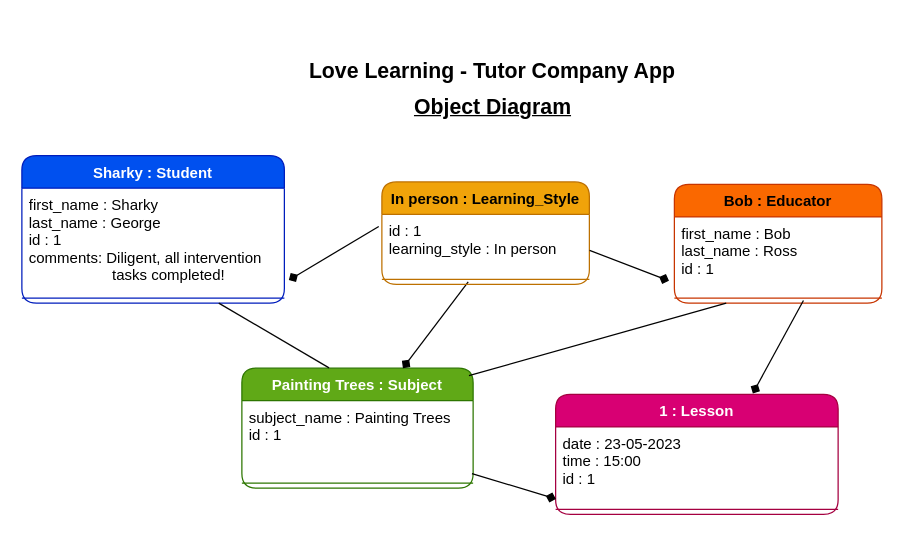
SdcBartram/LoveLearning_Tutor_Company_Project keeps this draw.io diagram as Planning/object1_diagram.drawio. Above is the earlier version. Source tidied: cells renumbered, new cells numbered last; positions are measured from the earlier drawing's top-left corner, leaving out a move shared by most shapes. Both pictures are drawn from the tidied source at 125%, with x=0, y=0 at pixel (21, 21).
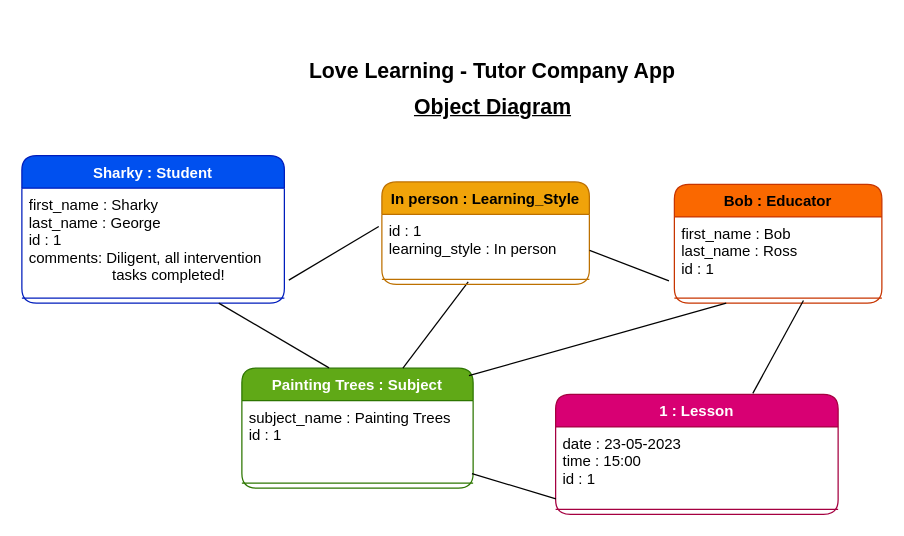
After the change.

Unchanged cells that the change refers to:
```xml
<mxCell id="3" value="first_name : Sharky&#10;last_name : George&#10;id : 1&#10;comments: Diligent, all intervention &#10;                    tasks completed!" style="text;strokeColor=none;fillColor=none;align=left;verticalAlign=top;spacingLeft=4;spacingRight=4;overflow=hidden;points=[[0,0.5],[1,0.5]];portConstraint=eastwest;rounded=1;fontColor=#000000;" parent="2" vertex="1">
  <mxGeometry y="26" width="210" height="84" as="geometry" />
</mxCell>
<mxCell id="7" value="Painting Trees : Subject" style="swimlane;fontStyle=1;align=center;verticalAlign=top;horizontal=1;startSize=26;rounded=1;fontColor=#ffffff;fillColor=#60a917;strokeColor=#2D7600;" parent="1" vertex="1">
  <mxGeometry x="176" y="277" width="185" height="96" as="geometry" />
</mxCell>
<mxCell id="8" value="subject_name : Painting Trees&#10;id : 1&#10;" style="text;strokeColor=none;fillColor=none;align=left;verticalAlign=top;spacingLeft=4;spacingRight=4;overflow=hidden;points=[[0,0.5],[1,0.5]];portConstraint=eastwest;rounded=1;fontColor=#000000;" parent="7" vertex="1">
  <mxGeometry y="26" width="185" height="62" as="geometry" />
</mxCell>
<mxCell id="11" value="first_name : Bob&#10;last_name : Ross&#10;id : 1&#10;" style="text;strokeColor=none;fillColor=none;align=left;verticalAlign=top;spacingLeft=4;spacingRight=4;overflow=hidden;points=[[0,0.5],[1,0.5]];portConstraint=eastwest;rounded=1;fontColor=#000000;" parent="10" vertex="1">
  <mxGeometry y="26" width="166" height="61" as="geometry" />
</mxCell>
<mxCell id="12" style="line;strokeWidth=1;fillColor=none;align=left;verticalAlign=middle;spacingTop=-1;spacingLeft=3;spacingRight=3;labelPosition=right;points=[];portConstraint=eastwest;strokeColor=inherit;rounded=1;fontColor=#000000;" parent="10" vertex="1">
  <mxGeometry y="87" width="166" height="8" as="geometry" />
</mxCell>
<mxCell id="13" value="1 : Lesson" style="swimlane;fontStyle=1;align=center;verticalAlign=top;horizontal=1;startSize=26;rounded=1;fontColor=#ffffff;fillColor=#d80073;strokeColor=#A50040;" parent="1" vertex="1">
  <mxGeometry x="427" y="298" width="226" height="96" as="geometry" />
</mxCell>
<mxCell id="14" value="date : 23-05-2023&#10;time : 15:00&#10;id : 1&#10;" style="text;strokeColor=none;fillColor=none;align=left;verticalAlign=top;spacingLeft=4;spacingRight=4;overflow=hidden;points=[[0,0.5],[1,0.5]];portConstraint=eastwest;rounded=1;fontColor=#000000;" parent="13" vertex="1">
  <mxGeometry y="26" width="226" height="62" as="geometry" />
</mxCell>
<mxCell id="18" value="id : 1&#10;learning_style : In person" style="text;strokeColor=none;fillColor=none;align=left;verticalAlign=top;spacingLeft=4;spacingRight=4;overflow=hidden;points=[[0,0.5],[1,0.5]];portConstraint=eastwest;rounded=1;fontColor=#000000;" parent="17" vertex="1">
  <mxGeometry y="26" width="166" height="48" as="geometry" />
</mxCell>
<mxCell id="19" style="line;strokeWidth=1;fillColor=none;align=left;verticalAlign=middle;spacingTop=-1;spacingLeft=3;spacingRight=3;labelPosition=right;points=[];portConstraint=eastwest;strokeColor=inherit;rounded=1;fontColor=#000000;" parent="17" vertex="1">
  <mxGeometry y="74" width="166" height="8" as="geometry" />
</mxCell>
```

Change to the diagram source:
```diff
@@
-    <mxCell id="16" style="html=1;fontSize=17;endArrow=diamond;endFill=1;fontColor=#000000;strokeColor=#000000;exitX=0.416;exitY=0.75;exitDx=0;exitDy=0;exitPerimeter=0;" parent="1" edge="1" source="19" target="7">
+    <mxCell id="16" style="html=1;fontSize=17;endArrow=none;endFill=0;fontColor=#000000;strokeColor=#000000;exitX=0.416;exitY=0.75;exitDx=0;exitDy=0;exitPerimeter=0;" parent="1" edge="1" source="19" target="7">
       <mxGeometry relative="1" as="geometry" />
     </mxCell>
@@
-    <mxCell id="20" style="html=1;exitX=1.001;exitY=0.6;exitDx=0;exitDy=0;entryX=-0.026;entryY=0.839;entryDx=0;entryDy=0;fontSize=17;endArrow=diamond;endFill=1;exitPerimeter=0;entryPerimeter=0;fontColor=#000000;strokeColor=#000000;" parent="1" edge="1" source="18" target="11">
+    <mxCell id="20" style="html=1;exitX=1.001;exitY=0.6;exitDx=0;exitDy=0;entryX=-0.026;entryY=0.839;entryDx=0;entryDy=0;fontSize=17;endArrow=none;endFill=0;exitPerimeter=0;entryPerimeter=0;fontColor=#000000;strokeColor=#000000;" parent="1" edge="1" source="18" target="11">
       <mxGeometry relative="1" as="geometry" />
     </mxCell>
-    <mxCell id="21" style="html=1;fontSize=17;endArrow=diamond;endFill=1;exitX=-0.015;exitY=0.203;exitDx=0;exitDy=0;exitPerimeter=0;entryX=1.017;entryY=0.876;entryDx=0;entryDy=0;entryPerimeter=0;fontColor=#000000;strokeColor=#000000;" parent="1" edge="1" source="18" target="3">
+    <mxCell id="21" style="html=1;fontSize=17;endArrow=none;endFill=0;exitX=-0.015;exitY=0.203;exitDx=0;exitDy=0;exitPerimeter=0;entryX=1.017;entryY=0.876;entryDx=0;entryDy=0;entryPerimeter=0;fontColor=#000000;strokeColor=#000000;" parent="1" edge="1" source="18" target="3">
       <mxGeometry relative="1" as="geometry" />
     </mxCell>
@@
-    <mxCell id="23" style="html=1;fontSize=17;endArrow=diamond;endFill=1;entryX=0.698;entryY=-0.008;entryDx=0;entryDy=0;entryPerimeter=0;fontColor=#000000;strokeColor=#000000;exitX=0.622;exitY=0.73;exitDx=0;exitDy=0;exitPerimeter=0;" parent="1" edge="1" source="12" target="13">
+    <mxCell id="23" style="html=1;fontSize=17;endArrow=none;endFill=0;entryX=0.698;entryY=-0.008;entryDx=0;entryDy=0;entryPerimeter=0;fontColor=#000000;strokeColor=#000000;exitX=0.622;exitY=0.73;exitDx=0;exitDy=0;exitPerimeter=0;" parent="1" edge="1" source="12" target="13">
       <mxGeometry relative="1" as="geometry" />
     </mxCell>
-    <mxCell id="24" style="html=1;entryX=0.001;entryY=0.93;entryDx=0;entryDy=0;entryPerimeter=0;fontSize=17;startArrow=none;startFill=0;endArrow=diamond;endFill=1;exitX=0.995;exitY=0.941;exitDx=0;exitDy=0;exitPerimeter=0;fontColor=#000000;strokeColor=#000000;" parent="1" edge="1" source="8" target="14">
+    <mxCell id="24" style="html=1;entryX=0.001;entryY=0.93;entryDx=0;entryDy=0;entryPerimeter=0;fontSize=17;startArrow=none;startFill=0;endArrow=none;endFill=0;exitX=0.995;exitY=0.941;exitDx=0;exitDy=0;exitPerimeter=0;fontColor=#000000;strokeColor=#000000;" parent="1" edge="1" source="8" target="14">
       <mxGeometry relative="1" as="geometry" />
     </mxCell>
```
